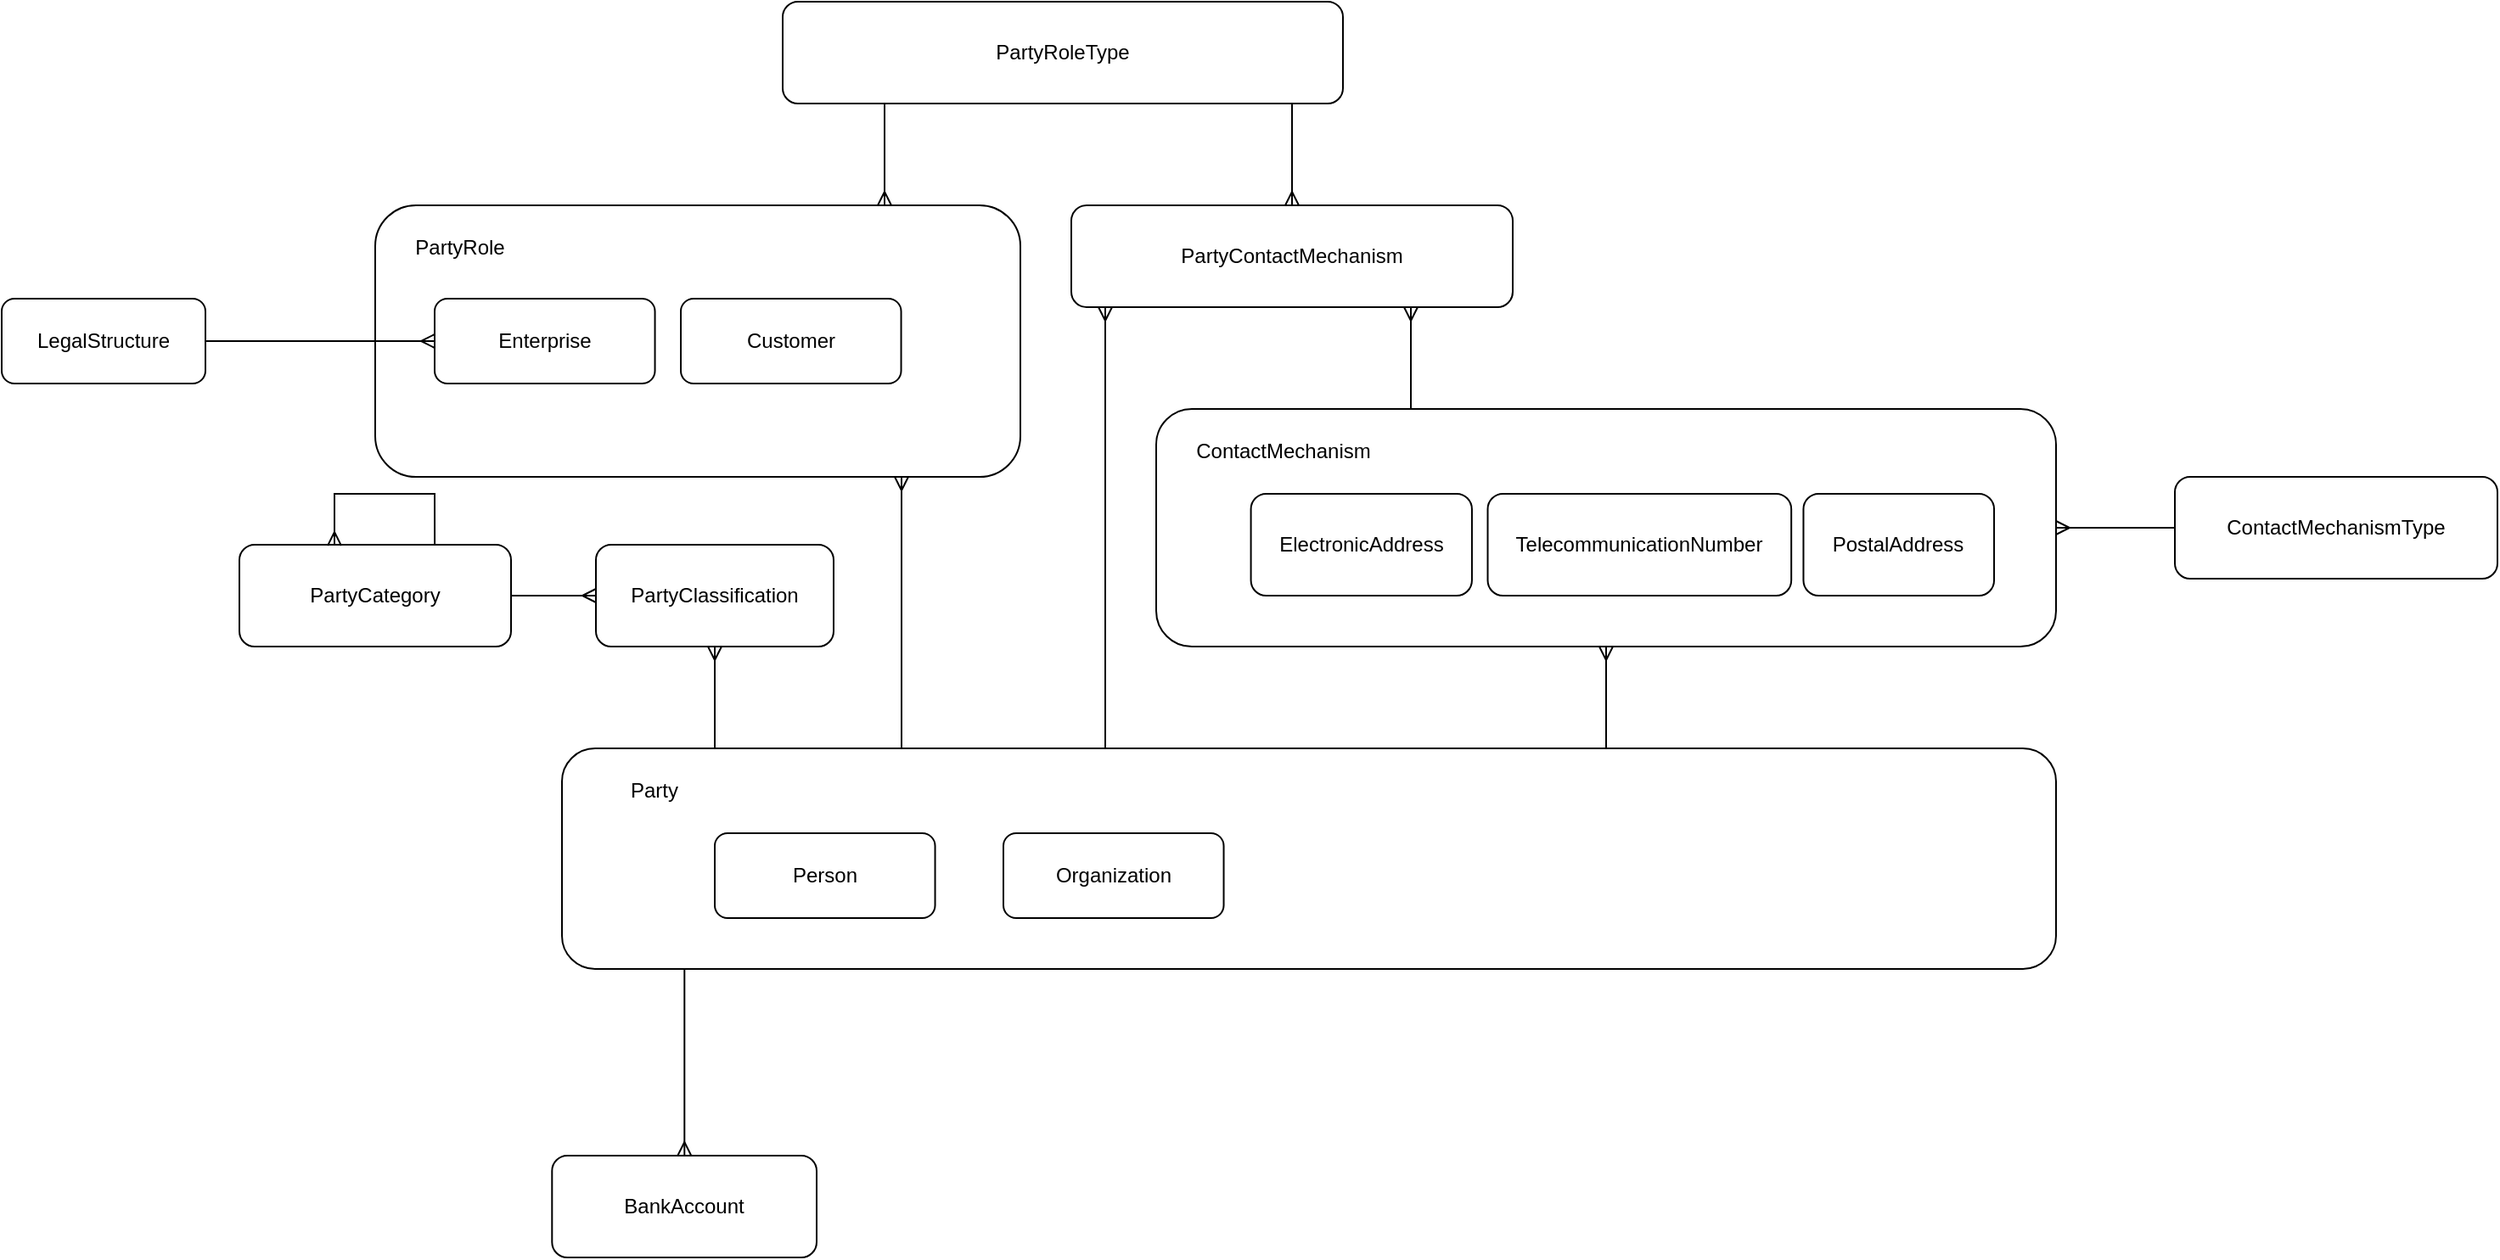
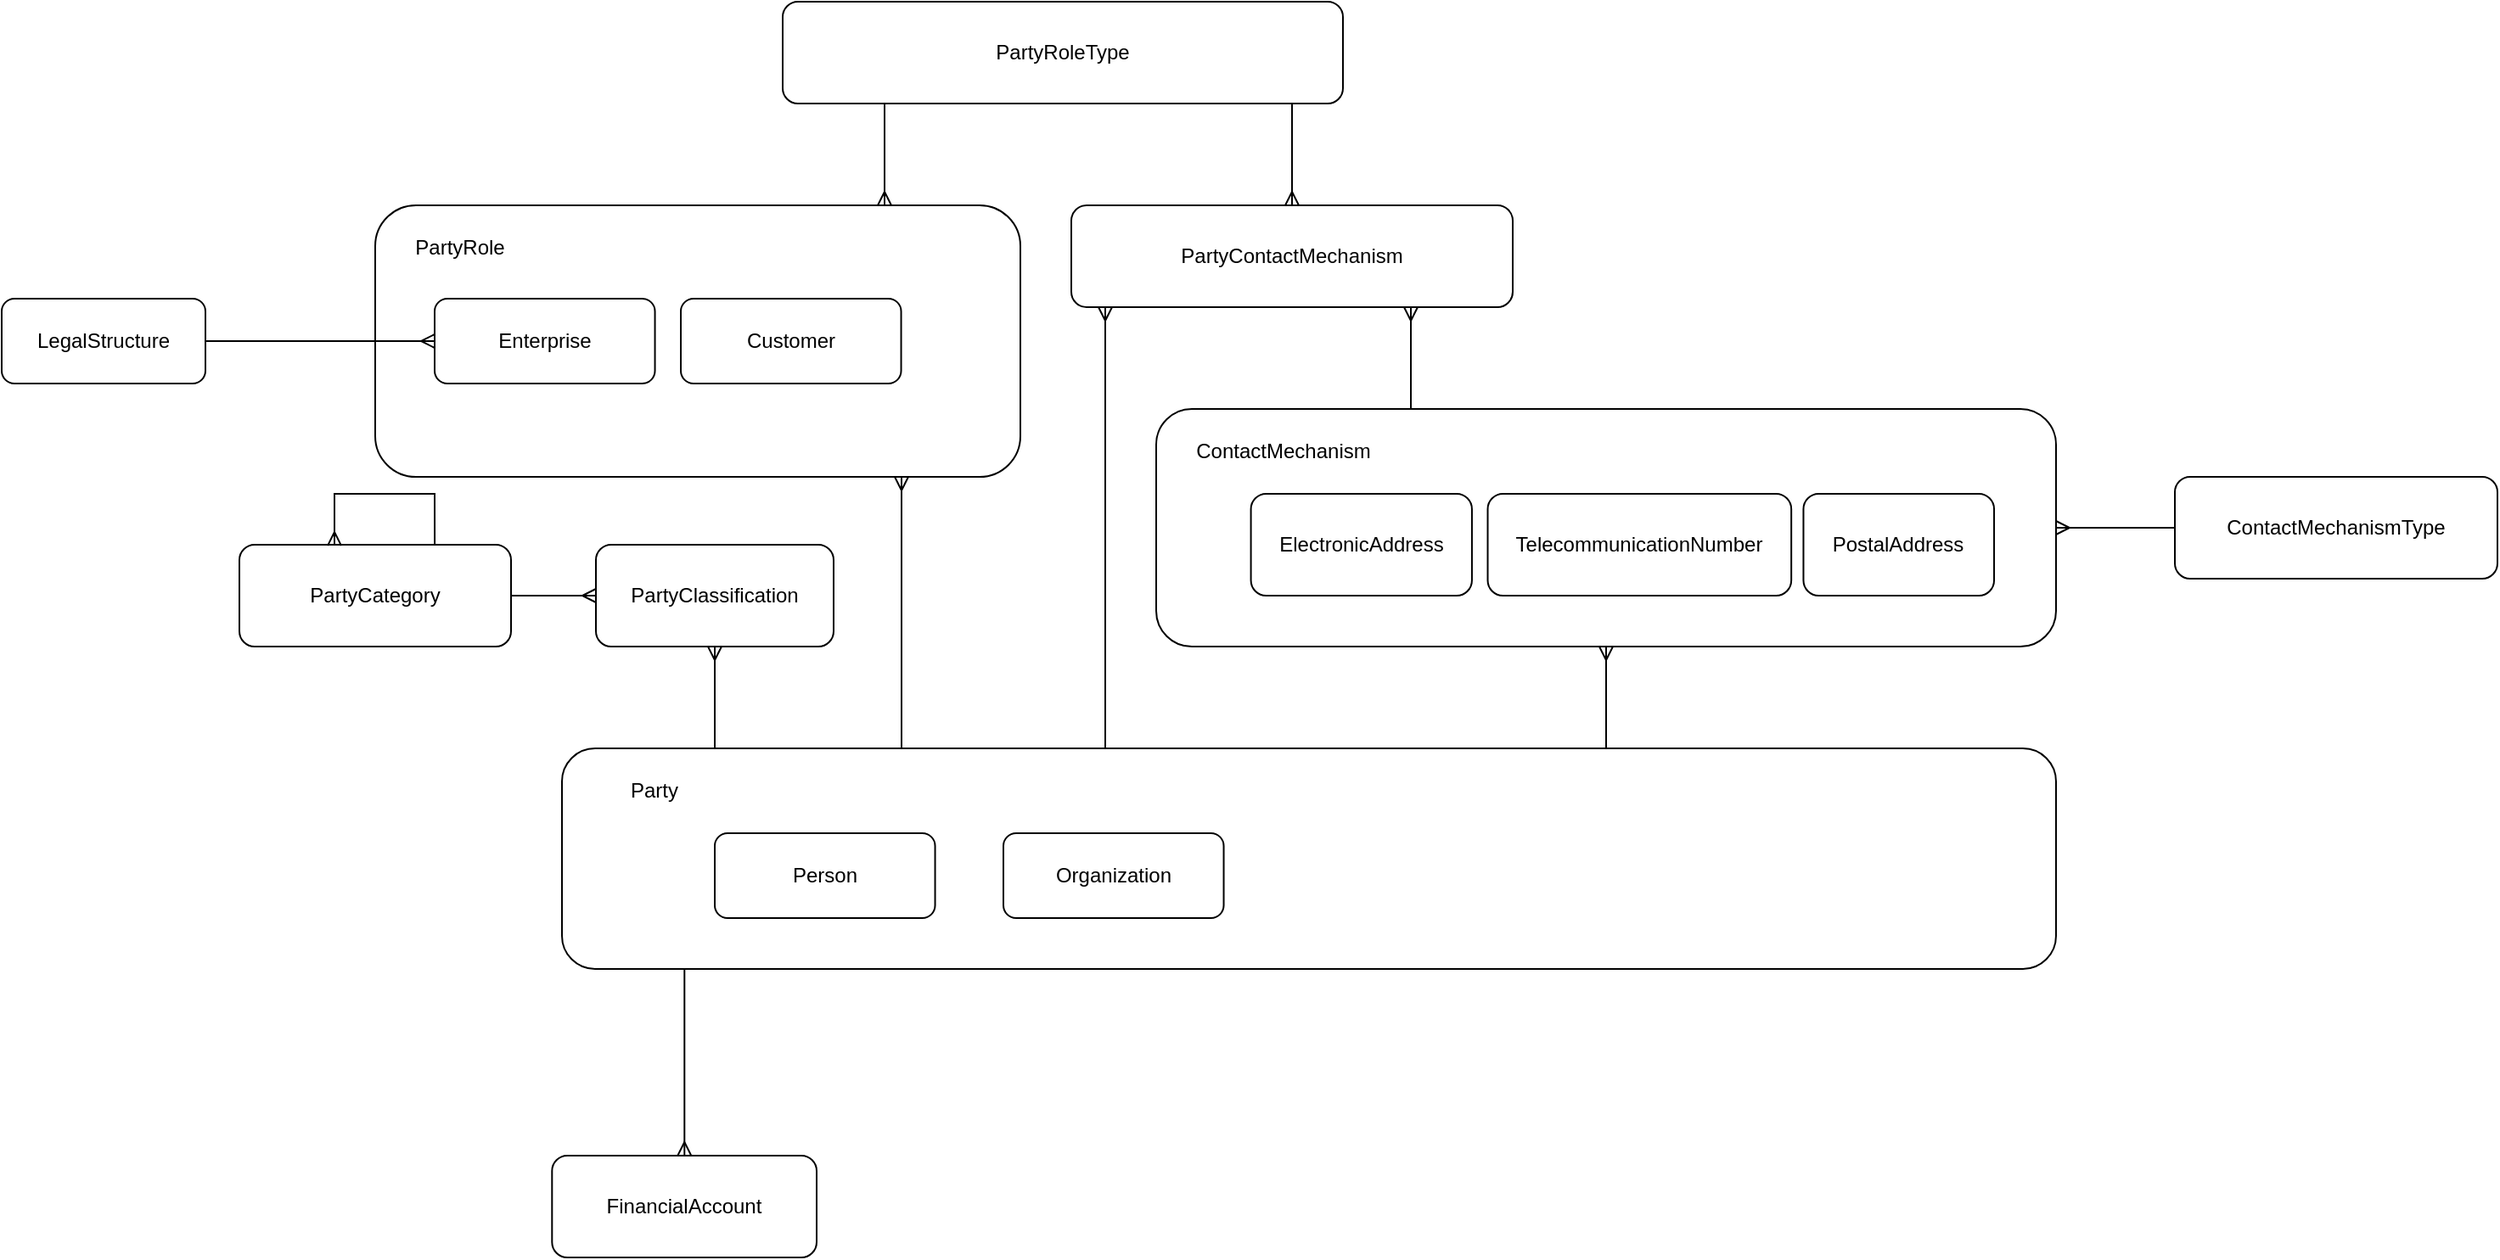
<mxfile host="app.diagrams.net" agent="Mozilla/5.0 (Windows NT 10.0; Win64; x64) AppleWebKit/537.36 (KHTML, like Gecko) Chrome/141.0.0.0 Safari/537.36" version="28.2.9">
  <diagram name="Page-1" id="d0nJ6Fx9cUZLMqGtfM0H">
    <mxGraphModel dx="1445" dy="1455" grid="1" gridSize="10" guides="1" tooltips="1" connect="1" arrows="1" fold="1" page="1" pageScale="1" pageWidth="850" pageHeight="1100" math="0" shadow="0">
      <root>
        <mxCell id="0" />
        <mxCell id="1" parent="0" />
        <mxCell id="tdPrWEJd15tEannaNgth-4" style="edgeStyle=orthogonalEdgeStyle;rounded=0;orthogonalLoop=1;jettySize=auto;html=1;startArrow=ERmany;startFill=0;endArrow=none;endFill=0;" edge="1" parent="1" source="tdPrWEJd15tEannaNgth-2" target="tdPrWEJd15tEannaNgth-3">
          <mxGeometry relative="1" as="geometry" />
        </mxCell>
        <mxCell id="tdPrWEJd15tEannaNgth-3" value="ContactMechanismType" style="rounded=1;whiteSpace=wrap;html=1;" vertex="1" parent="1">
          <mxGeometry x="600" y="250" width="190" height="60" as="geometry" />
        </mxCell>
        <mxCell id="tdPrWEJd15tEannaNgth-13" value="PartyRoleType" style="rounded=1;whiteSpace=wrap;html=1;" vertex="1" parent="1">
          <mxGeometry x="-220" y="-30" width="330" height="60" as="geometry" />
        </mxCell>
        <mxCell id="tdPrWEJd15tEannaNgth-14" style="edgeStyle=orthogonalEdgeStyle;rounded=0;orthogonalLoop=1;jettySize=auto;html=1;startArrow=ERmany;startFill=0;endArrow=none;endFill=0;" edge="1" parent="1" source="tdPrWEJd15tEannaNgth-15" target="tdPrWEJd15tEannaNgth-13">
          <mxGeometry relative="1" as="geometry">
            <mxPoint x="730" y="420" as="sourcePoint" />
            <mxPoint x="730" y="340" as="targetPoint" />
            <Array as="points">
              <mxPoint x="50" y="20" />
              <mxPoint x="50" y="20" />
            </Array>
          </mxGeometry>
        </mxCell>
        <mxCell id="tdPrWEJd15tEannaNgth-15" value="PartyContactMechanism" style="rounded=1;whiteSpace=wrap;html=1;" vertex="1" parent="1">
          <mxGeometry x="-50" y="90" width="260" height="60" as="geometry" />
        </mxCell>
        <mxCell id="tdPrWEJd15tEannaNgth-18" style="edgeStyle=orthogonalEdgeStyle;rounded=0;orthogonalLoop=1;jettySize=auto;html=1;startArrow=ERmany;startFill=0;endArrow=none;endFill=0;" edge="1" parent="1" source="tdPrWEJd15tEannaNgth-15">
          <mxGeometry relative="1" as="geometry">
            <mxPoint x="-30.00117647058829" y="130" as="sourcePoint" />
            <mxPoint x="-30.00117647058829" y="410" as="targetPoint" />
            <Array as="points">
              <mxPoint x="-30" y="210" />
              <mxPoint x="-30" y="210" />
            </Array>
          </mxGeometry>
        </mxCell>
        <mxCell id="tdPrWEJd15tEannaNgth-19" value="" style="group" vertex="1" connectable="0" parent="1">
          <mxGeometry y="210" width="530" height="140" as="geometry" />
        </mxCell>
        <mxCell id="tdPrWEJd15tEannaNgth-2" value="" style="rounded=1;whiteSpace=wrap;html=1;" vertex="1" parent="tdPrWEJd15tEannaNgth-19">
          <mxGeometry width="530" height="140" as="geometry" />
        </mxCell>
        <mxCell id="tdPrWEJd15tEannaNgth-5" value="ElectronicAddress" style="rounded=1;whiteSpace=wrap;html=1;" vertex="1" parent="tdPrWEJd15tEannaNgth-19">
          <mxGeometry x="55.78947368421052" y="50" width="130.17543859649123" height="60" as="geometry" />
        </mxCell>
        <mxCell id="tdPrWEJd15tEannaNgth-6" value="TelecommunicationNumber" style="rounded=1;whiteSpace=wrap;html=1;" vertex="1" parent="tdPrWEJd15tEannaNgth-19">
          <mxGeometry x="195.26315789473682" y="50" width="178.81456140350878" height="60" as="geometry" />
        </mxCell>
        <mxCell id="tdPrWEJd15tEannaNgth-7" value="ContactMechanism" style="text;html=1;whiteSpace=wrap;strokeColor=none;fillColor=none;align=center;verticalAlign=middle;rounded=0;" vertex="1" parent="tdPrWEJd15tEannaNgth-19">
          <mxGeometry x="27.896882591093107" y="10" width="94.41295546558705" height="30" as="geometry" />
        </mxCell>
        <mxCell id="tdPrWEJd15tEannaNgth-8" value="PostalAddress" style="rounded=1;whiteSpace=wrap;html=1;" vertex="1" parent="tdPrWEJd15tEannaNgth-19">
          <mxGeometry x="381.2280701754386" y="50" width="112.29491228070175" height="60" as="geometry" />
        </mxCell>
        <mxCell id="tdPrWEJd15tEannaNgth-20" style="edgeStyle=orthogonalEdgeStyle;rounded=0;orthogonalLoop=1;jettySize=auto;html=1;startArrow=ERmany;startFill=0;endArrow=none;endFill=0;" edge="1" parent="1" source="tdPrWEJd15tEannaNgth-15" target="tdPrWEJd15tEannaNgth-2">
          <mxGeometry relative="1" as="geometry">
            <mxPoint x="370" y="120" as="sourcePoint" />
            <mxPoint x="370" y="430" as="targetPoint" />
            <Array as="points">
              <mxPoint x="150" y="160" />
              <mxPoint x="150" y="160" />
            </Array>
          </mxGeometry>
        </mxCell>
        <mxCell id="tdPrWEJd15tEannaNgth-21" style="edgeStyle=orthogonalEdgeStyle;rounded=0;orthogonalLoop=1;jettySize=auto;html=1;startArrow=ERmany;startFill=0;endArrow=none;endFill=0;" edge="1" parent="1" source="tdPrWEJd15tEannaNgth-2" target="tdPrWEJd15tEannaNgth-1">
          <mxGeometry relative="1" as="geometry">
            <mxPoint x="240" y="400" as="sourcePoint" />
            <mxPoint x="240" y="470" as="targetPoint" />
            <Array as="points">
              <mxPoint x="305" y="420" />
              <mxPoint x="305" y="420" />
            </Array>
          </mxGeometry>
        </mxCell>
        <mxCell id="tdPrWEJd15tEannaNgth-22" value="LegalStructure" style="rounded=1;whiteSpace=wrap;html=1;" vertex="1" parent="1">
          <mxGeometry x="-680" y="145" width="120" height="50" as="geometry" />
        </mxCell>
        <mxCell id="tdPrWEJd15tEannaNgth-27" value="PartyClassification" style="rounded=1;whiteSpace=wrap;html=1;" vertex="1" parent="1">
          <mxGeometry x="-330" y="290" width="140" height="60" as="geometry" />
        </mxCell>
        <mxCell id="tdPrWEJd15tEannaNgth-28" value="PartyCategory" style="rounded=1;whiteSpace=wrap;html=1;" vertex="1" parent="1">
          <mxGeometry x="-540" y="290" width="160" height="60" as="geometry" />
        </mxCell>
        <mxCell id="tdPrWEJd15tEannaNgth-31" style="edgeStyle=orthogonalEdgeStyle;rounded=0;orthogonalLoop=1;jettySize=auto;html=1;startArrow=ERmany;startFill=0;endArrow=none;endFill=0;" edge="1" parent="1" source="tdPrWEJd15tEannaNgth-27" target="tdPrWEJd15tEannaNgth-1">
          <mxGeometry relative="1" as="geometry">
            <mxPoint x="-260" y="180" as="sourcePoint" />
            <mxPoint x="-260" y="250" as="targetPoint" />
            <Array as="points">
              <mxPoint x="-260" y="370" />
              <mxPoint x="-260" y="370" />
            </Array>
          </mxGeometry>
        </mxCell>
        <mxCell id="tdPrWEJd15tEannaNgth-32" style="edgeStyle=orthogonalEdgeStyle;rounded=0;orthogonalLoop=1;jettySize=auto;html=1;startArrow=ERmany;startFill=0;endArrow=none;endFill=0;" edge="1" parent="1" source="tdPrWEJd15tEannaNgth-27" target="tdPrWEJd15tEannaNgth-28">
          <mxGeometry relative="1" as="geometry">
            <mxPoint x="-230" y="200" as="sourcePoint" />
            <mxPoint x="-230" y="270" as="targetPoint" />
            <Array as="points" />
          </mxGeometry>
        </mxCell>
        <mxCell id="tdPrWEJd15tEannaNgth-33" style="edgeStyle=orthogonalEdgeStyle;rounded=0;orthogonalLoop=1;jettySize=auto;html=1;startArrow=ERmany;startFill=0;endArrow=none;endFill=0;exitX=0.35;exitY=0.009;exitDx=0;exitDy=0;exitPerimeter=0;entryX=0.719;entryY=0;entryDx=0;entryDy=0;entryPerimeter=0;" edge="1" parent="1" source="tdPrWEJd15tEannaNgth-28" target="tdPrWEJd15tEannaNgth-28">
          <mxGeometry relative="1" as="geometry">
            <mxPoint x="-485" y="280" as="sourcePoint" />
            <mxPoint x="-425" y="280" as="targetPoint" />
            <Array as="points">
              <mxPoint x="-484" y="260" />
              <mxPoint x="-425" y="260" />
            </Array>
          </mxGeometry>
        </mxCell>
        <mxCell id="tdPrWEJd15tEannaNgth-35" value="" style="rounded=1;whiteSpace=wrap;html=1;" vertex="1" parent="1">
          <mxGeometry x="-460" y="90" width="380" height="160" as="geometry" />
        </mxCell>
        <mxCell id="tdPrWEJd15tEannaNgth-37" style="edgeStyle=orthogonalEdgeStyle;rounded=0;orthogonalLoop=1;jettySize=auto;html=1;startArrow=ERmany;startFill=0;endArrow=none;endFill=0;" edge="1" parent="1" source="tdPrWEJd15tEannaNgth-35" target="tdPrWEJd15tEannaNgth-1">
          <mxGeometry relative="1" as="geometry">
            <mxPoint x="-130" y="350" as="sourcePoint" />
            <mxPoint x="-130" y="420" as="targetPoint" />
            <Array as="points">
              <mxPoint x="-150" y="260" />
              <mxPoint x="-150" y="260" />
            </Array>
          </mxGeometry>
        </mxCell>
        <mxCell id="tdPrWEJd15tEannaNgth-38" style="edgeStyle=orthogonalEdgeStyle;rounded=0;orthogonalLoop=1;jettySize=auto;html=1;startArrow=ERmany;startFill=0;endArrow=none;endFill=0;" edge="1" parent="1" source="tdPrWEJd15tEannaNgth-35" target="tdPrWEJd15tEannaNgth-13">
          <mxGeometry relative="1" as="geometry">
            <mxPoint x="-150" y="160" as="sourcePoint" />
            <mxPoint x="-150" y="10" as="targetPoint" />
            <Array as="points">
              <mxPoint x="-160" y="50" />
              <mxPoint x="-160" y="50" />
            </Array>
          </mxGeometry>
        </mxCell>
        <mxCell id="tdPrWEJd15tEannaNgth-1" value="" style="rounded=1;whiteSpace=wrap;html=1;" vertex="1" parent="1">
          <mxGeometry x="-350" y="410" width="880" height="130" as="geometry" />
        </mxCell>
        <mxCell id="tdPrWEJd15tEannaNgth-9" value="Party" style="text;html=1;whiteSpace=wrap;strokeColor=none;fillColor=none;align=center;verticalAlign=middle;rounded=0;" vertex="1" parent="1">
          <mxGeometry x="-336.46153846153845" y="420" width="81.23076923076923" height="30" as="geometry" />
        </mxCell>
        <mxCell id="tdPrWEJd15tEannaNgth-17" value="Enterprise" style="rounded=1;whiteSpace=wrap;html=1;" vertex="1" parent="1">
          <mxGeometry x="-424.99999999999994" y="145" width="129.77" height="50" as="geometry" />
        </mxCell>
        <mxCell id="tdPrWEJd15tEannaNgth-40" value="PartyRole" style="text;html=1;whiteSpace=wrap;strokeColor=none;fillColor=none;align=center;verticalAlign=middle;rounded=0;" vertex="1" parent="1">
          <mxGeometry x="-440" y="100" width="60" height="30" as="geometry" />
        </mxCell>
        <mxCell id="tdPrWEJd15tEannaNgth-42" style="edgeStyle=orthogonalEdgeStyle;rounded=0;orthogonalLoop=1;jettySize=auto;html=1;startArrow=ERmany;startFill=0;endArrow=none;endFill=0;" edge="1" parent="1" source="tdPrWEJd15tEannaNgth-17" target="tdPrWEJd15tEannaNgth-22">
          <mxGeometry relative="1" as="geometry">
            <mxPoint x="-90" y="310" as="sourcePoint" />
            <mxPoint x="-90" y="470" as="targetPoint" />
            <Array as="points" />
          </mxGeometry>
        </mxCell>
        <mxCell id="tdPrWEJd15tEannaNgth-43" value="Customer" style="rounded=1;whiteSpace=wrap;html=1;" vertex="1" parent="1">
          <mxGeometry x="-280" y="145" width="129.77" height="50" as="geometry" />
        </mxCell>
        <mxCell id="tdPrWEJd15tEannaNgth-44" value="Person" style="rounded=1;whiteSpace=wrap;html=1;" vertex="1" parent="1">
          <mxGeometry x="-260" y="460" width="129.77" height="50" as="geometry" />
        </mxCell>
        <mxCell id="tdPrWEJd15tEannaNgth-45" value="Organization" style="rounded=1;whiteSpace=wrap;html=1;" vertex="1" parent="1">
          <mxGeometry x="-90" y="460" width="129.77" height="50" as="geometry" />
        </mxCell>
-         <mxCell id="tdPrWEJd15tEannaNgth-46" value="BankAccount" style="rounded=1;whiteSpace=wrap;html=1;" vertex="1" parent="1">
+         <mxCell id="tdPrWEJd15tEannaNgth-46" value="FinancialAccount" style="rounded=1;whiteSpace=wrap;html=1;" vertex="1" parent="1">
          <mxGeometry x="-355.85" y="650" width="155.85" height="60" as="geometry" />
        </mxCell>
        <mxCell id="tdPrWEJd15tEannaNgth-47" style="edgeStyle=orthogonalEdgeStyle;rounded=0;orthogonalLoop=1;jettySize=auto;html=1;startArrow=ERmany;startFill=0;endArrow=none;endFill=0;" edge="1" parent="1" source="tdPrWEJd15tEannaNgth-46" target="tdPrWEJd15tEannaNgth-1">
          <mxGeometry relative="1" as="geometry">
            <mxPoint x="-80" y="670" as="sourcePoint" />
            <mxPoint x="-80" y="730" as="targetPoint" />
            <Array as="points">
              <mxPoint x="-278" y="610" />
              <mxPoint x="-278" y="610" />
            </Array>
          </mxGeometry>
        </mxCell>
      </root>
    </mxGraphModel>
  </diagram>
</mxfile>
